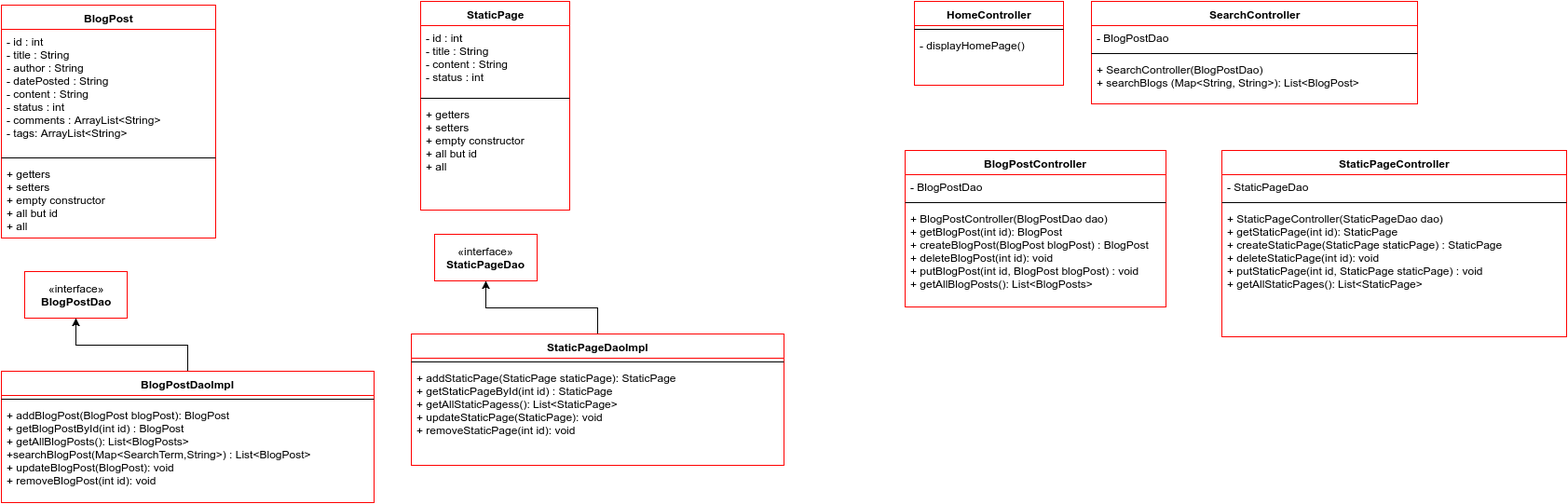
Earlier version of the draw.io export Diagrams/makerSpaceClassDiagrams.png (zach1887/ClassProjects). Source tidied: cells renumbered, new cells last; positions are measured from the earlier drawing's top-left corner, leaving out a move shared by most shapes.
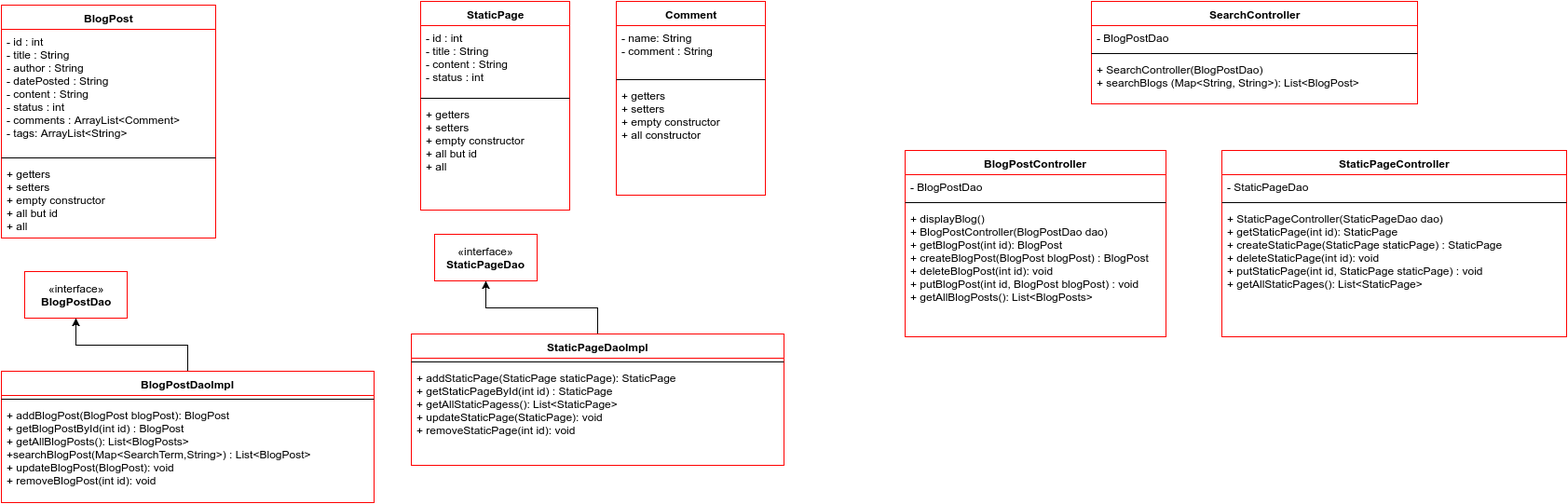
The same diagram one commit later.

Commit message:
updated diagrams with endpoints, still need search

Diff of the diagram source:
```diff
@@ -5,7 +5,7 @@
     <mxCell id="2" value="BlogPost" style="swimlane;html=1;fontStyle=1;align=center;verticalAlign=top;horizontal=1;startSize=26;swimlaneFillColor=#ffffff;strokeColor=#FF0000;" parent="1" vertex="1">
       <mxGeometry y="4" width="230" height="250" as="geometry" />
     </mxCell>
-    <mxCell id="3" value="- id : int&lt;div&gt;- title : String&lt;/div&gt;&lt;div&gt;- author : String&lt;/div&gt;&lt;div&gt;- datePosted : String&lt;/div&gt;&lt;div&gt;- content : String&lt;/div&gt;&lt;div&gt;- status : int&amp;nbsp;&lt;/div&gt;&lt;div&gt;- comments : ArrayList&amp;lt;String&amp;gt;&lt;/div&gt;&lt;div&gt;- tags: ArrayList&amp;lt;String&amp;gt;&lt;/div&gt;" style="text;html=1;strokeColor=none;fillColor=none;align=left;verticalAlign=top;spacingLeft=4;spacingRight=4;whiteSpace=wrap;overflow=hidden;" parent="2" vertex="1">
+    <mxCell id="3" value="- id : int&lt;div&gt;- title : String&lt;/div&gt;&lt;div&gt;- author : String&lt;/div&gt;&lt;div&gt;- datePosted : String&lt;/div&gt;&lt;div&gt;- content : String&lt;/div&gt;&lt;div&gt;- status : int&amp;nbsp;&lt;/div&gt;&lt;div&gt;- comments : ArrayList&amp;lt;Comment&amp;gt;&lt;/div&gt;&lt;div&gt;- tags: ArrayList&amp;lt;String&amp;gt;&lt;/div&gt;" style="text;html=1;strokeColor=none;fillColor=none;align=left;verticalAlign=top;spacingLeft=4;spacingRight=4;whiteSpace=wrap;overflow=hidden;" parent="2" vertex="1">
       <mxGeometry y="26" width="230" height="134" as="geometry" />
     </mxCell>
     <mxCell id="4" style="line;html=1;strokeWidth=1;fillColor=none;align=left;verticalAlign=middle;spacingTop=-1;spacingLeft=3;spacingRight=3;labelPosition=right;" parent="2" vertex="1">
@@ -56,15 +56,6 @@
     <mxCell id="19" value="+ addStaticPage(StaticPage staticPage): StaticPage&lt;div&gt;+ getStaticPageById(int id) : StaticPage&lt;/div&gt;&lt;div&gt;+ getAllStaticPagess(): List&amp;lt;StaticPage&amp;gt;&lt;/div&gt;&lt;div&gt;+ updateStaticPage(StaticPage): void&lt;/div&gt;&lt;div&gt;+ removeStaticPage(int id): void&lt;/div&gt;" style="text;html=1;strokeColor=none;fillColor=none;align=left;verticalAlign=top;spacingLeft=4;spacingRight=4;whiteSpace=wrap;overflow=hidden;" parent="17" vertex="1">
       <mxGeometry y="34" width="400" height="96" as="geometry" />
     </mxCell>
-    <mxCell id="20" value="HomeController" style="swimlane;html=1;fontStyle=1;align=center;verticalAlign=top;horizontal=1;startSize=26;swimlaneFillColor=#ffffff;strokeColor=#FF0000;" parent="1" vertex="1">
-      <mxGeometry x="980" width="160" height="90" as="geometry" />
-    </mxCell>
-    <mxCell id="21" style="line;html=1;strokeWidth=1;fillColor=none;align=left;verticalAlign=middle;spacingTop=-1;spacingLeft=3;spacingRight=3;labelPosition=right;" parent="20" vertex="1">
-      <mxGeometry y="26" width="160" height="8" as="geometry" />
-    </mxCell>
-    <mxCell id="22" value="- displayHomePage()" style="text;html=1;strokeColor=none;fillColor=none;align=left;verticalAlign=top;spacingLeft=4;spacingRight=4;whiteSpace=wrap;overflow=hidden;" parent="20" vertex="1">
-      <mxGeometry y="34" width="160" height="26" as="geometry" />
-    </mxCell>
     <mxCell id="23" value="SearchController" style="swimlane;html=1;fontStyle=1;align=center;verticalAlign=top;horizontal=1;startSize=26;swimlaneFillColor=#ffffff;strokeColor=#FF0000;" parent="1" vertex="1">
       <mxGeometry x="1170" width="350" height="110" as="geometry" />
     </mxCell>
@@ -78,7 +69,7 @@
       <mxGeometry y="60" width="350" height="50" as="geometry" />
     </mxCell>
     <mxCell id="27" value="BlogPostController" style="swimlane;html=1;fontStyle=1;align=center;verticalAlign=top;horizontal=1;startSize=26;swimlaneFillColor=#ffffff;strokeColor=#FF0000;" parent="1" vertex="1">
-      <mxGeometry x="970" y="160" width="280" height="168" as="geometry" />
+      <mxGeometry x="970" y="160" width="280" height="200" as="geometry" />
     </mxCell>
     <mxCell id="28" value="- BlogPostDao" style="text;html=1;strokeColor=none;fillColor=none;align=left;verticalAlign=top;spacingLeft=4;spacingRight=4;whiteSpace=wrap;overflow=hidden;" parent="27" vertex="1">
       <mxGeometry y="26" width="280" height="26" as="geometry" />
@@ -86,8 +77,8 @@
     <mxCell id="29" style="line;html=1;strokeWidth=1;fillColor=none;align=left;verticalAlign=middle;spacingTop=-1;spacingLeft=3;spacingRight=3;labelPosition=right;" parent="27" vertex="1">
       <mxGeometry y="52" width="280" height="8" as="geometry" />
     </mxCell>
-    <mxCell id="30" value="+ BlogPostController(BlogPostDao dao)&lt;div&gt;+ getBlogPost(int id): BlogPost&lt;/div&gt;&lt;div&gt;+ createBlogPost(BlogPost blogPost) : BlogPost&lt;/div&gt;&lt;div&gt;+ deleteBlogPost(int id): void&lt;/div&gt;&lt;div&gt;+ putBlogPost(int id, BlogPost blogPost) : void&lt;/div&gt;&lt;div&gt;+ getAllBlogPosts(): List&amp;lt;BlogPosts&amp;gt;&lt;/div&gt;" style="text;html=1;strokeColor=none;fillColor=none;align=left;verticalAlign=top;spacingLeft=4;spacingRight=4;whiteSpace=wrap;overflow=hidden;" parent="27" vertex="1">
-      <mxGeometry y="60" width="280" height="100" as="geometry" />
+    <mxCell id="30" value="&lt;div&gt;+ displayBlog()&lt;/div&gt;+ BlogPostController(BlogPostDao dao)&lt;div&gt;+ getBlogPost(int id): BlogPost&lt;/div&gt;&lt;div&gt;+ createBlogPost(BlogPost blogPost) : BlogPost&lt;/div&gt;&lt;div&gt;+ deleteBlogPost(int id): void&lt;/div&gt;&lt;div&gt;+ putBlogPost(int id, BlogPost blogPost) : void&lt;/div&gt;&lt;div&gt;+ getAllBlogPosts(): List&amp;lt;BlogPosts&amp;gt;&lt;/div&gt;" style="text;html=1;strokeColor=none;fillColor=none;align=left;verticalAlign=top;spacingLeft=4;spacingRight=4;whiteSpace=wrap;overflow=hidden;" parent="27" vertex="1">
+      <mxGeometry y="60" width="280" height="140" as="geometry" />
     </mxCell>
     <mxCell id="31" value="StaticPageController" style="swimlane;html=1;fontStyle=1;align=center;verticalAlign=top;horizontal=1;startSize=26;swimlaneFillColor=#ffffff;strokeColor=#FF0000;" parent="1" vertex="1">
       <mxGeometry x="1310" y="160" width="370" height="200" as="geometry" />
@@ -101,5 +92,17 @@
     <mxCell id="34" value="+ StaticPageController(StaticPageDao dao)&lt;div&gt;+ getStaticPage(int id): StaticPage&lt;/div&gt;&lt;div&gt;+ createStaticPage(StaticPage staticPage) : StaticPage&lt;/div&gt;&lt;div&gt;+ deleteStaticPage(int id): void&lt;/div&gt;&lt;div&gt;+ putStaticPage(int id, StaticPage staticPage) : void&lt;/div&gt;&lt;div&gt;+ getAllStaticPages(): List&amp;lt;StaticPage&amp;gt;&lt;/div&gt;" style="text;html=1;strokeColor=none;fillColor=none;align=left;verticalAlign=top;spacingLeft=4;spacingRight=4;whiteSpace=wrap;overflow=hidden;" parent="31" vertex="1">
       <mxGeometry y="60" width="370" height="140" as="geometry" />
     </mxCell>
+    <mxCell id="35" value="Comment" style="swimlane;html=1;fontStyle=1;align=center;verticalAlign=top;horizontal=1;startSize=26;swimlaneFillColor=#ffffff;strokeColor=#FF0000;" parent="1" vertex="1">
+      <mxGeometry x="660" width="160" height="208" as="geometry" />
+    </mxCell>
+    <mxCell id="36" value="- name: String&lt;div&gt;- comment : String&lt;/div&gt;" style="text;html=1;strokeColor=none;fillColor=none;align=left;verticalAlign=top;spacingLeft=4;spacingRight=4;whiteSpace=wrap;overflow=hidden;" parent="35" vertex="1">
+      <mxGeometry y="26" width="160" height="54" as="geometry" />
+    </mxCell>
+    <mxCell id="37" style="line;html=1;strokeWidth=1;fillColor=none;align=left;verticalAlign=middle;spacingTop=-1;spacingLeft=3;spacingRight=3;labelPosition=right;" parent="35" vertex="1">
+      <mxGeometry y="80" width="160" height="8" as="geometry" />
+    </mxCell>
+    <mxCell id="38" value="+ getters&lt;div&gt;+ setters&lt;/div&gt;&lt;div&gt;+ empty constructor&amp;nbsp;&lt;/div&gt;&lt;div&gt;+ all constructor&lt;/div&gt;" style="text;html=1;strokeColor=none;fillColor=none;align=left;verticalAlign=top;spacingLeft=4;spacingRight=4;whiteSpace=wrap;overflow=hidden;" parent="35" vertex="1">
+      <mxGeometry y="88" width="160" height="120" as="geometry" />
+    </mxCell>
   </root>
 </mxGraphModel>
```
